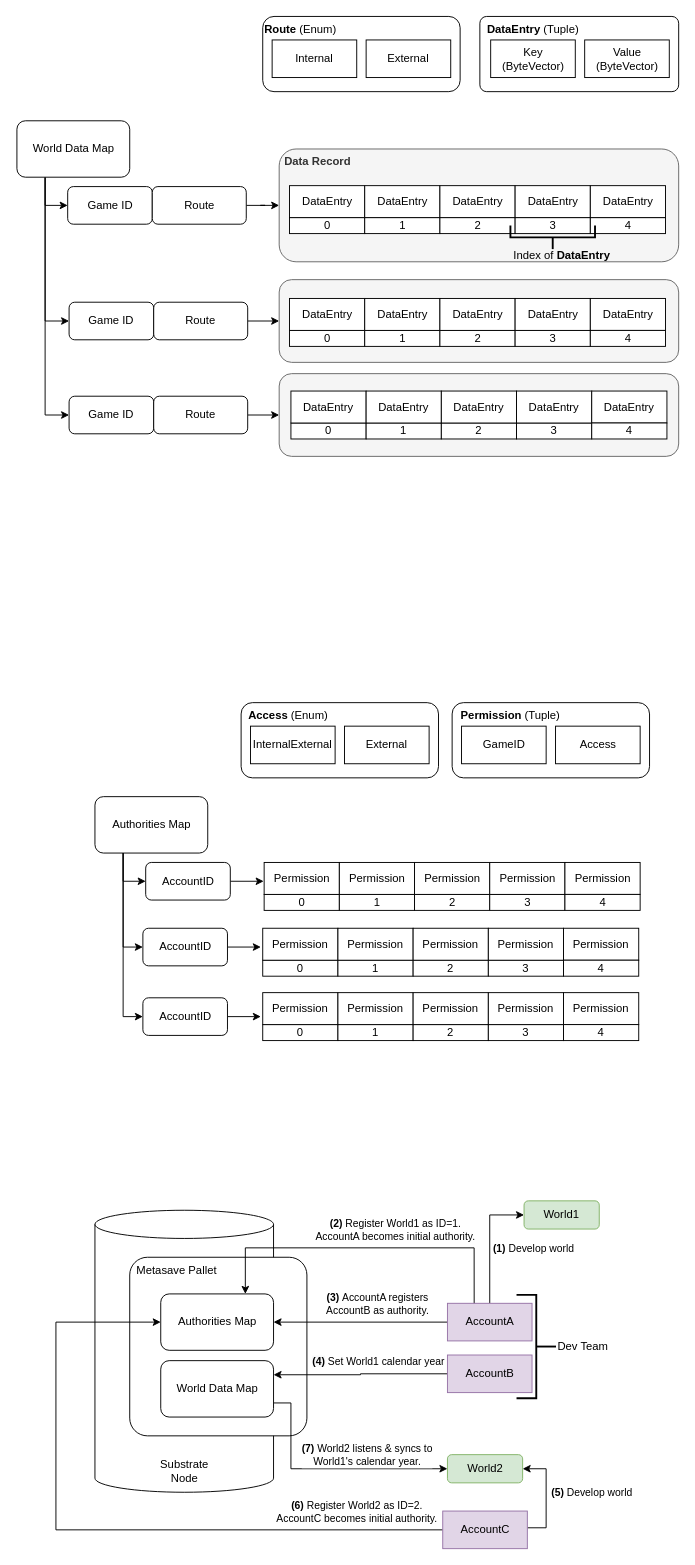
This is page "Architecture" (2 of 2) of doc/Docs.drawio from kilogold/Metasave, a draw.io file, before an edit. Source tidied: cells renumbered, new cells numbered last; positions are measured from the earlier drawing's top-left corner, leaving out a move shared by most shapes. Both pictures are drawn from the tidied source at 94%, with x=0, y=0 at pixel (16, 16).
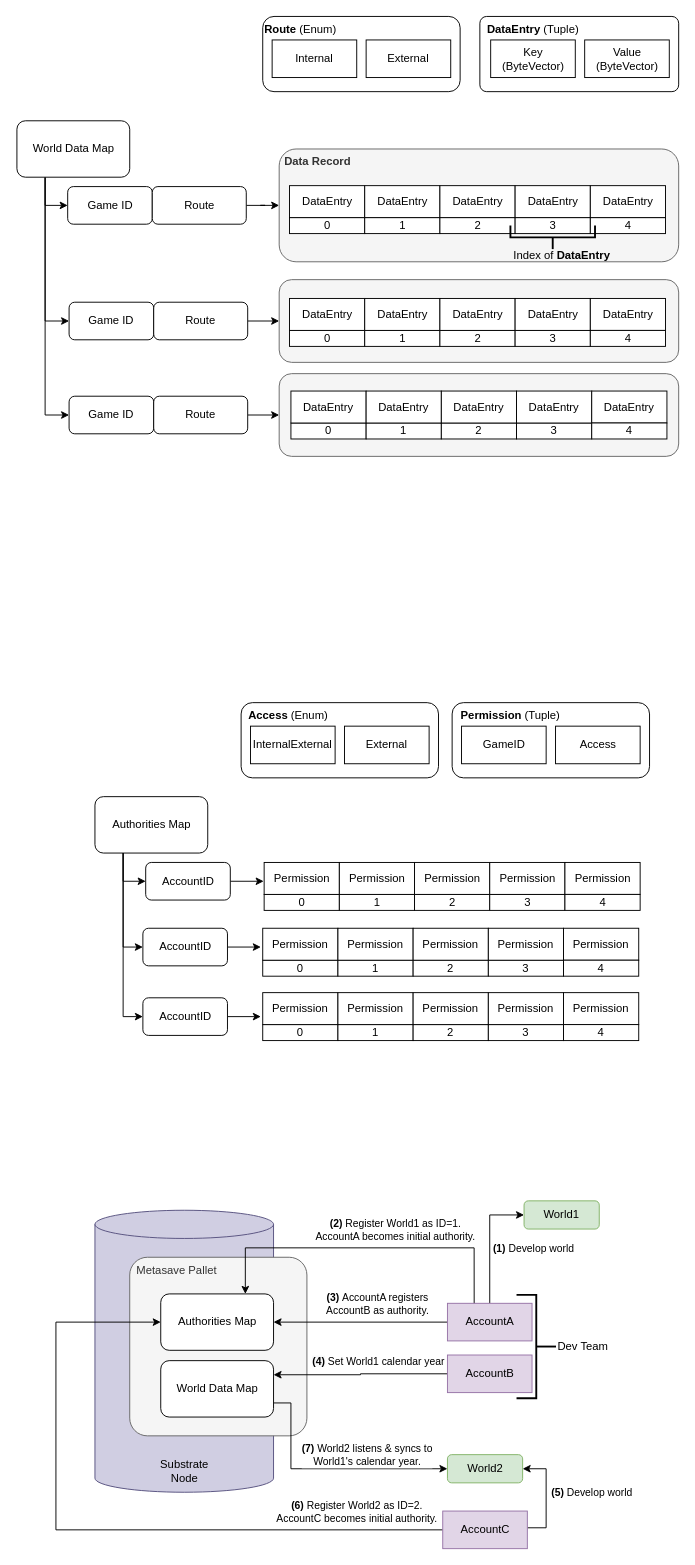
The same diagram, later.

What changed in the source:
```diff
@@
-    <mxCell id="2" value="Substrate&lt;br&gt;Node" style="shape=cylinder3;whiteSpace=wrap;html=1;boundedLbl=1;backgroundOutline=1;size=15;verticalAlign=bottom;" parent="1" vertex="1">
+    <mxCell id="2" value="Substrate&lt;br&gt;Node" style="shape=cylinder3;whiteSpace=wrap;html=1;boundedLbl=1;backgroundOutline=1;size=15;verticalAlign=bottom;fillColor=#d0cee2;strokeColor=#56517e;" parent="1" vertex="1">
       <mxGeometry x="83.5" y="1270" width="190" height="300" as="geometry" />
     </mxCell>
-    <mxCell id="3" value="Metasave Pallet" style="rounded=1;whiteSpace=wrap;html=1;verticalAlign=top;align=left;arcSize=10;spacingLeft=5;" parent="1" vertex="1">
+    <mxCell id="3" value="Metasave Pallet" style="rounded=1;whiteSpace=wrap;html=1;verticalAlign=top;align=left;arcSize=10;spacingLeft=5;fillColor=#f5f5f5;fontColor=#333333;strokeColor=#666666;" parent="1" vertex="1">
       <mxGeometry x="120.5" y="1320" width="188.5" height="190" as="geometry" />
     </mxCell>
```
